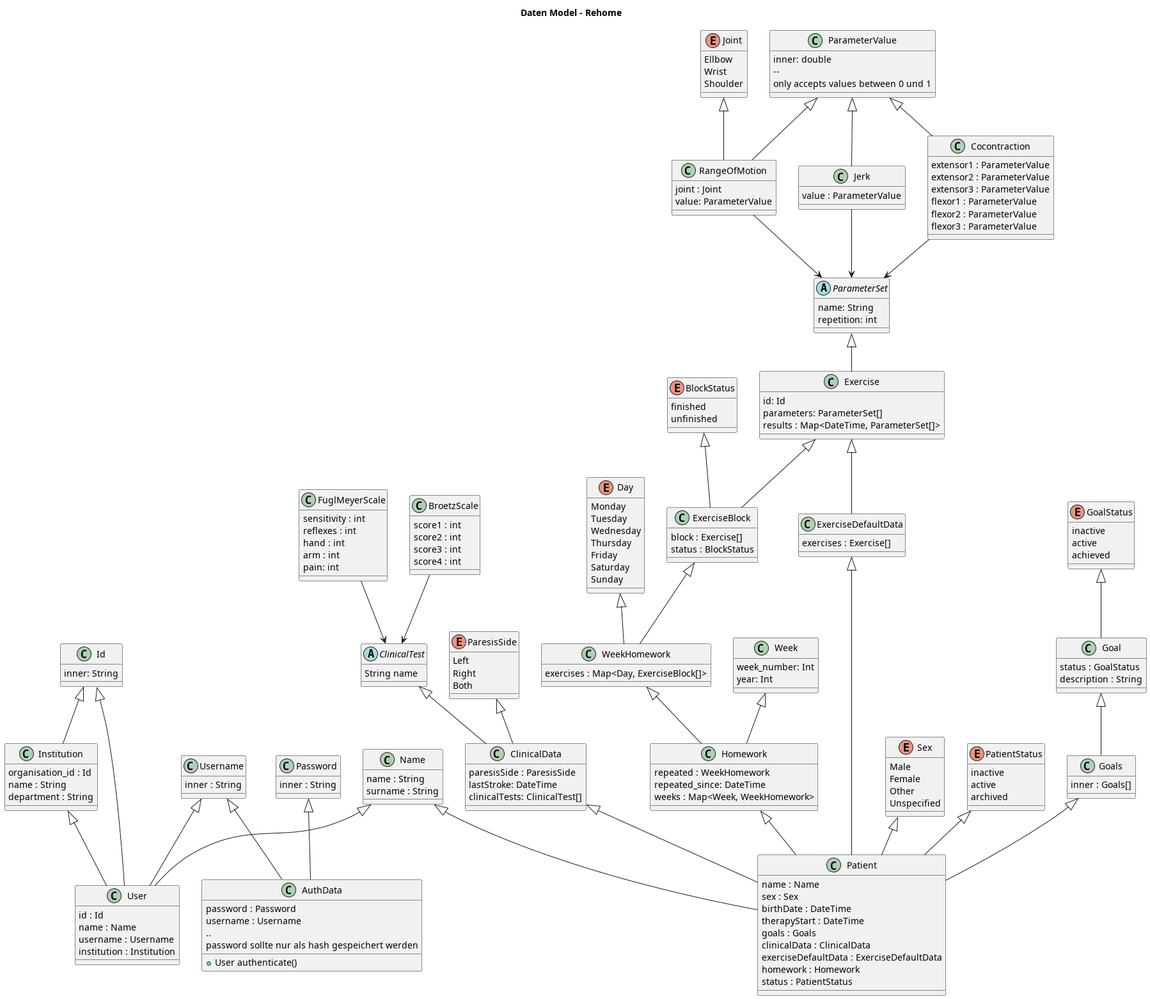
This is doc/data_model.png from reTeaming/rehome, a PlantUML export, as it was before one commit.
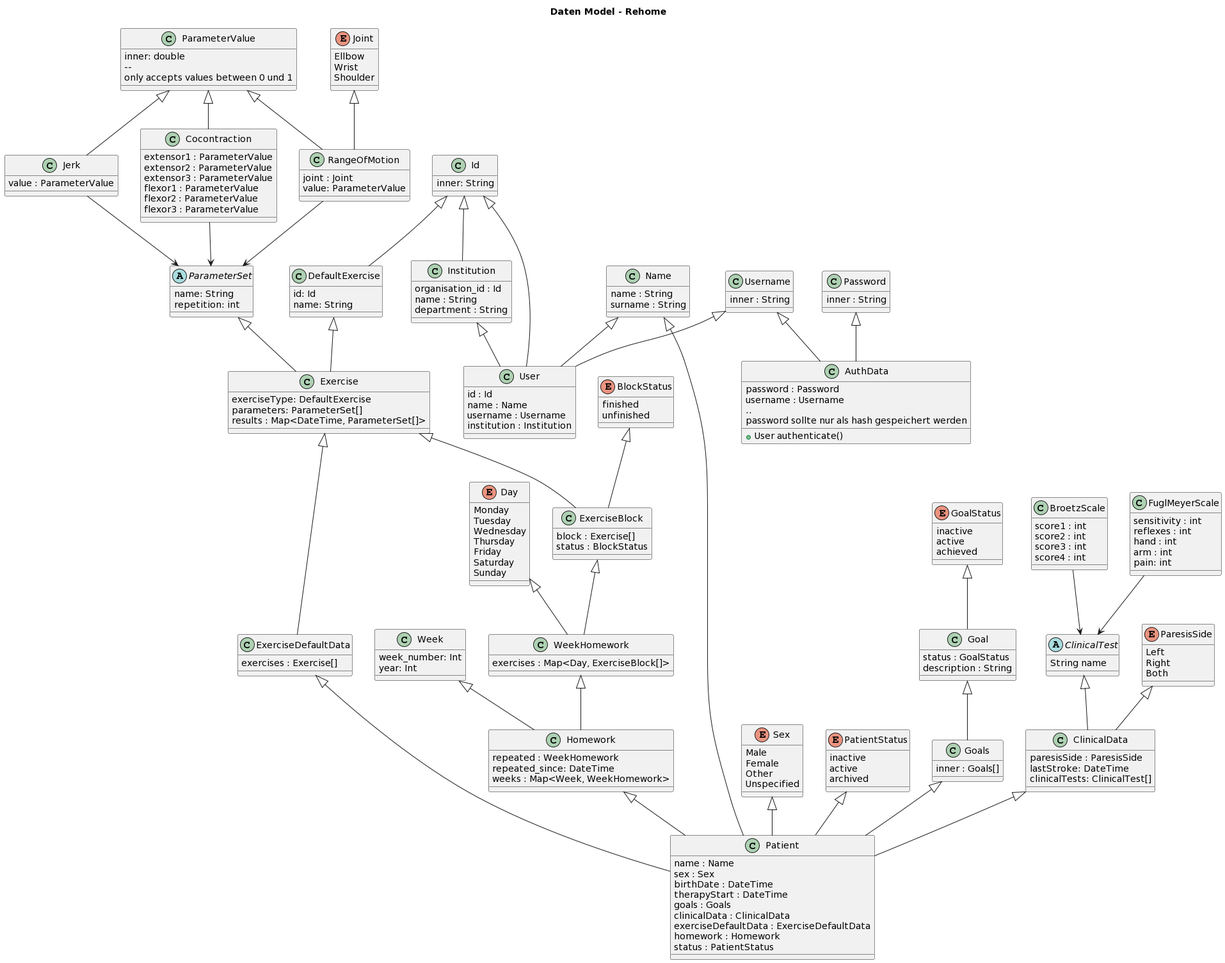
After the change.

Commit message:
Anpassung der Data Model png Datei

The edit, as a diff of the source:
```diff
@@ -1,5 +1,4 @@
 @startuml
-
 title Daten Model - Rehome
 
 
@@ -167,10 +166,18 @@
 BlockStatus <|-- ExerciseBlock
 
 class Exercise {
-	id: Id
+	exerciseType: DefaultExercise
 	parameters: ParameterSet[]
 	results : Map<DateTime, ParameterSet[]>
 }
+
+class DefaultExercise {
+	id: Id
+	name: String
+}
+
+DefaultExercise <|-- Exercise
+Id <|-- DefaultExercise
 
 class ParameterValue {
 		inner: double
@@ -244,8 +251,4 @@
 ParameterValue <|-- Cocontraction
 ParameterValue <|-- Jerk
 ParameterValue <|-- RangeOfMotion
-
-
-
-
 @enduml
```
